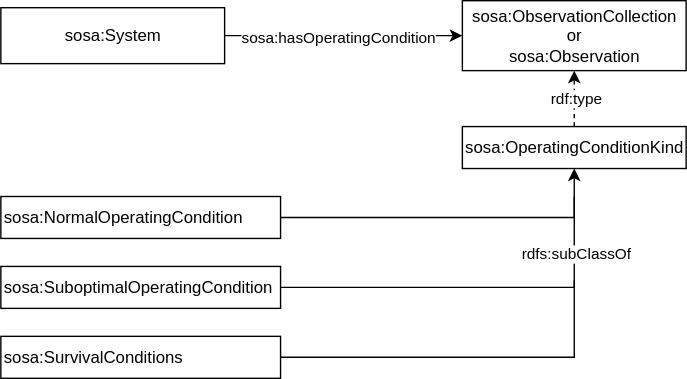
Earlier version of the draw.io export ssn/images/SSNSystem-observation-conditions.svg (afeliachi/sdw-sosa-ssn). Source tidied: cells renumbered, new cells last; positions are measured from the earlier drawing's top-left corner, leaving out a move shared by most shapes.
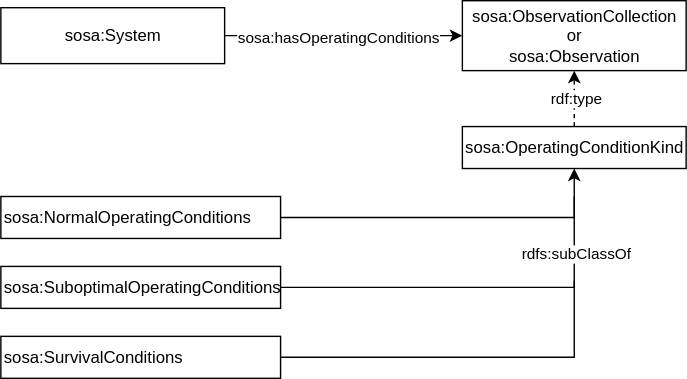
After the commit.

The edit, as a diff of the source:
```diff
@@ -11,51 +11,51 @@
     <mxCell id="4" style="endArrow=classic;html=1;rounded=0;entryX=0;entryY=0.5;entryDx=0;entryDy=0;exitX=1;exitY=0.5;exitDx=0;exitDy=0;" parent="1" edge="1" source="2" target="9">
       <mxGeometry relative="1" as="geometry" />
     </mxCell>
-    <mxCell id="5" value="sosa:hasOperatingCondition" style="edgeLabel;html=1;align=center;verticalAlign=middle;" parent="4" vertex="1">
-      <mxGeometry x="-0.05" y="-1" relative="1" as="geometry">
-        <mxPoint x="-1" y="-1" as="offset" />
-      </mxGeometry>
-    </mxCell>
-    <mxCell id="6" value="sosa:NormalOperatingCondition" style="rounded=0;whiteSpace=wrap;html=1;align=left;" parent="1" vertex="1">
-      <mxGeometry y="140" width="200" height="30" as="geometry" />
-    </mxCell>
-    <mxCell id="7" value="sosa:SuboptimalOperatingCondition" style="rounded=0;whiteSpace=wrap;html=1;align=left;" parent="1" vertex="1">
-      <mxGeometry y="190" width="200" height="30" as="geometry" />
-    </mxCell>
+    <mxCell id="16" value="sosa:hasOperatingConditions" style="edgeLabel;html=1;align=center;verticalAlign=middle;" parent="4" vertex="1">
+      <mxGeometry x="-0.05" y="-1" relative="1" as="geometry">
+        <mxPoint x="-1" y="-1" as="offset" />
+      </mxGeometry>
+    </mxCell>
+    <mxCell id="17" value="sosa:NormalOperatingConditions" style="rounded=0;whiteSpace=wrap;html=1;align=left;" parent="1" vertex="1">
+      <mxGeometry y="140" width="200" height="30" as="geometry" />
+    </mxCell>
+    <mxCell id="18" value="sosa:SuboptimalOperatingConditions" style="rounded=0;whiteSpace=wrap;html=1;align=left;" parent="1" vertex="1">
+      <mxGeometry y="190" width="200" height="30" as="geometry" />
+    </mxCell>
     <mxCell id="8" value="sosa:SurvivalConditions" style="rounded=0;whiteSpace=wrap;html=1;align=left;" parent="1" vertex="1">
       <mxGeometry y="240" width="200" height="30" as="geometry" />
     </mxCell>
     <mxCell id="9" value="sosa:ObservationCollection&lt;div&gt;or&lt;/div&gt;&lt;div&gt;sosa:Observation&lt;/div&gt;" style="rounded=0;whiteSpace=wrap;html=1;" parent="1" vertex="1">
       <mxGeometry x="330" width="160" height="50" as="geometry" />
     </mxCell>
-    <mxCell id="10" style="endArrow=classic;html=1;rounded=0;entryX=0.5;entryY=1;entryDx=0;entryDy=0;exitX=1;exitY=0.5;exitDx=0;exitDy=0;" parent="1" edge="1" source="6" target="3">
-      <mxGeometry relative="1" as="geometry">
-        <Array as="points">
-          <mxPoint x="410" y="155" />
-        </Array>
-      </mxGeometry>
-    </mxCell>
-    <mxCell id="11" style="endArrow=none;html=1;rounded=0;exitX=1;exitY=0.5;exitDx=0;exitDy=0;" parent="1" edge="1" source="7">
-      <mxGeometry relative="1" as="geometry">
-        <mxPoint x="410" y="140" as="targetPoint" />
-        <Array as="points">
-          <mxPoint x="410" y="205" />
-        </Array>
-      </mxGeometry>
-    </mxCell>
+    <mxCell id="19" style="endArrow=classic;html=1;rounded=0;entryX=0.5;entryY=1;entryDx=0;entryDy=0;exitX=1;exitY=0.5;exitDx=0;exitDy=0;" parent="1" edge="1" source="17" target="3">
+      <mxGeometry relative="1" as="geometry">
+        <Array as="points">
+          <mxPoint x="410" y="155" />
+        </Array>
+      </mxGeometry>
+    </mxCell>
+    <mxCell id="20" style="endArrow=none;html=1;rounded=0;exitX=1;exitY=0.5;exitDx=0;exitDy=0;" parent="1" edge="1" source="18">
+      <mxGeometry relative="1" as="geometry">
+        <mxPoint x="410" y="140" as="targetPoint" />
+        <Array as="points">
+          <mxPoint x="410" y="205" />
+        </Array>
+      </mxGeometry>
+    </mxCell>
-    <mxCell id="12" value="rdfs:subClassOf" style="edgeLabel;html=1;align=center;verticalAlign=middle;" parent="11" vertex="1">
+    <mxCell id="12" value="rdfs:subClassOf" style="edgeLabel;html=1;align=center;verticalAlign=middle;" parent="20" vertex="1">
       <mxGeometry x="0.48" y="-1" relative="1" as="geometry">
         <mxPoint x="6" y="-26" as="offset" />
       </mxGeometry>
     </mxCell>
-    <mxCell id="13" style="endArrow=none;html=1;rounded=0;exitX=1;exitY=0.5;exitDx=0;exitDy=0;" parent="1" edge="1" source="8">
-      <mxGeometry relative="1" as="geometry">
-        <mxPoint x="410" y="200" as="targetPoint" />
-        <Array as="points">
-          <mxPoint x="410" y="255" />
-        </Array>
-      </mxGeometry>
-    </mxCell>
+    <mxCell id="21" style="endArrow=none;html=1;rounded=0;exitX=1;exitY=0.5;exitDx=0;exitDy=0;" parent="1" edge="1" source="8">
+      <mxGeometry relative="1" as="geometry">
+        <mxPoint x="410" y="200" as="targetPoint" />
+        <Array as="points">
+          <mxPoint x="410" y="255" />
+        </Array>
+      </mxGeometry>
+    </mxCell>
     <mxCell id="14" style="endArrow=classic;html=1;rounded=0;dashed=1;" parent="1" edge="1" source="3" target="9">
       <mxGeometry relative="1" as="geometry" />
     </mxCell>
```
